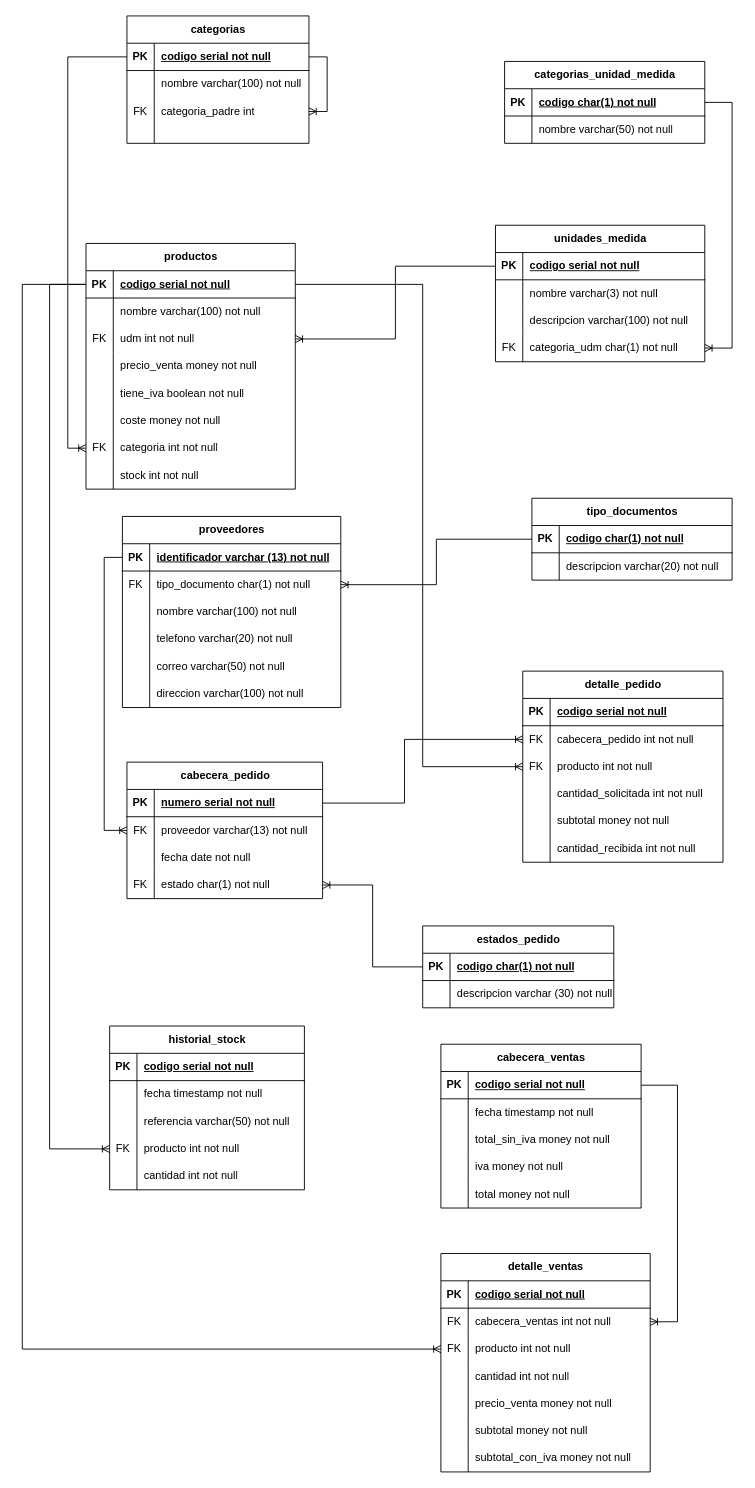
This is modelo/inventario.drawio from rorquera/inventario, a draw.io file, before an edit. Source tidied: cells renumbered, new cells numbered last; positions are measured from the earlier drawing's top-left corner, leaving out a move shared by most shapes. Both pictures are drawn from the tidied source at 91%, with x=0, y=0 at pixel (22, 15).
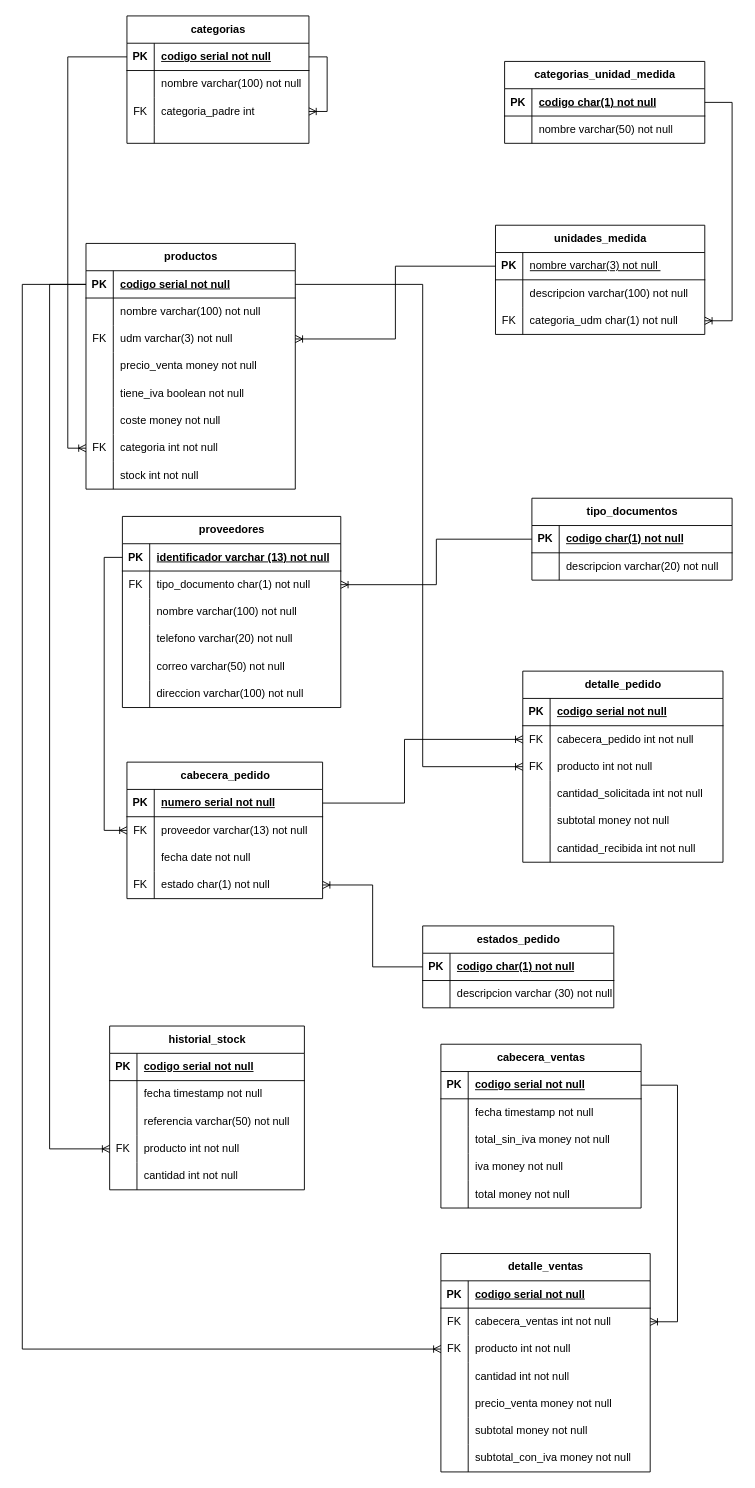
The same diagram, later.

The change refers to these unchanged cells:
```xml
<mxCell id="24" style="shape=tableRow;horizontal=0;startSize=0;swimlaneHead=0;swimlaneBody=0;fillColor=none;points=[[0,0.5],[1,0.5]];portConstraint=eastwest;top=0;left=0;right=0;bottom=1;" parent="23" vertex="1">
  <mxGeometry y="30" width="230" height="30" as="geometry" />
</mxCell>
<mxCell id="44" style="shape=tableRow;horizontal=0;startSize=0;swimlaneHead=0;swimlaneBody=0;fillColor=none;points=[[0,0.5],[1,0.5]];portConstraint=eastwest;top=0;left=0;right=0;bottom=0;" parent="37" vertex="1">
  <mxGeometry y="90" width="230" height="30" as="geometry" />
</mxCell>
```

The edit, as a diff of the source:
```diff
@@
     <mxCell id="23" value="unidades_medida" style="shape=table;startSize=30;childLayout=tableLayout;rowLines=0;fontStyle=1;align=center;html=1;" parent="1" vertex="1">
-      <mxGeometry x="520" y="230" width="230" height="150" as="geometry" />
+      <mxGeometry x="520" y="230" width="230" height="120" as="geometry" />
     </mxCell>
@@
-    <mxCell id="26" value="codigo serial not null" style="shape=partialRectangle;fillColor=none;top=0;left=0;bottom=0;right=0;align=left;spacingLeft=6;fontStyle=5;overflow=hidden;whiteSpace=wrap;html=1;" parent="24" vertex="1">
+    <mxCell id="26" value="&lt;span style=&quot;font-weight: 400;&quot;&gt;nombre varchar(3) not null&amp;nbsp;&lt;/span&gt;" style="shape=partialRectangle;fillColor=none;top=0;left=0;bottom=0;right=0;align=left;spacingLeft=6;fontStyle=5;overflow=hidden;whiteSpace=wrap;html=1;" parent="24" vertex="1">
       <mxGeometry x="30" width="200" height="30" as="geometry" />
     </mxCell>
-    <mxCell id="27" style="shape=tableRow;horizontal=0;startSize=0;swimlaneHead=0;swimlaneBody=0;fillColor=none;top=0;left=0;right=0;bottom=0;" parent="23" vertex="1">
-      <mxGeometry y="60" width="230" height="30" as="geometry" />
-    </mxCell>
-    <mxCell id="28" style="shape=partialRectangle;fillColor=none;top=0;left=0;bottom=0;right=0;overflow=hidden;whiteSpace=wrap;html=1;" parent="27" vertex="1">
-      <mxGeometry width="30" height="30" as="geometry" />
-    </mxCell>
-    <mxCell id="29" value="nombre varchar(3) not null&amp;nbsp;" style="shape=partialRectangle;fillColor=none;top=0;left=0;bottom=0;right=0;align=left;spacingLeft=6;overflow=hidden;whiteSpace=wrap;html=1;" parent="27" vertex="1">
-      <mxGeometry x="30" width="200" height="30" as="geometry" />
-    </mxCell>
     <mxCell id="30" style="shape=tableRow;horizontal=0;startSize=0;swimlaneHead=0;swimlaneBody=0;fillColor=none;top=0;left=0;right=0;bottom=0;" parent="23" vertex="1">
-      <mxGeometry y="90" width="230" height="30" as="geometry" />
+      <mxGeometry y="60" width="230" height="30" as="geometry" />
     </mxCell>
@@
     <mxCell id="33" style="shape=tableRow;horizontal=0;startSize=0;swimlaneHead=0;swimlaneBody=0;fillColor=none;points=[[0,0.5],[1,0.5]];portConstraint=eastwest;top=0;left=0;right=0;bottom=0;" parent="23" vertex="1">
-      <mxGeometry y="120" width="230" height="30" as="geometry" />
+      <mxGeometry y="90" width="230" height="30" as="geometry" />
     </mxCell>
@@
-    <mxCell id="46" value="udm int not null" style="shape=partialRectangle;fillColor=none;top=0;left=0;bottom=0;right=0;align=left;spacingLeft=6;overflow=hidden;whiteSpace=wrap;html=1;" parent="44" vertex="1">
+    <mxCell id="46" value="udm varchar(3) not null" style="shape=partialRectangle;fillColor=none;top=0;left=0;bottom=0;right=0;align=left;spacingLeft=6;overflow=hidden;whiteSpace=wrap;html=1;" parent="44" vertex="1">
       <mxGeometry x="30" width="200" height="30" as="geometry" />
     </mxCell>
```
